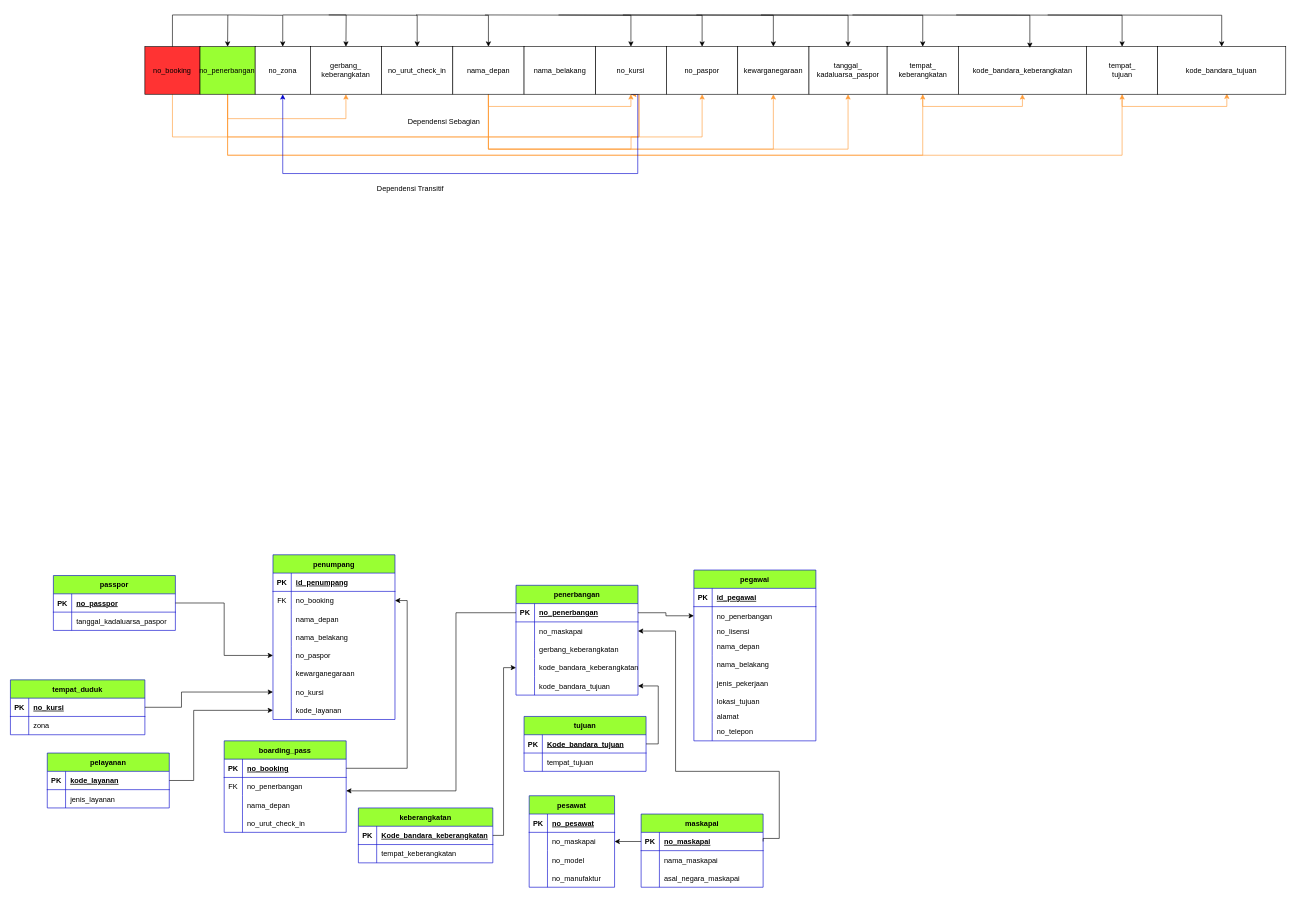
This is page "Fixed Relasi Entitas" (2 of 5) of ER Diagram/ADD.drawio from Edwin-Jaya/Data-Design-Analytics-Project, a draw.io file, before an edit. Source tidied: cells renumbered, new cells numbered last; positions are measured from the earlier drawing's top-left corner, leaving out a move shared by most shapes. Both pictures are drawn from the tidied source at 61%, with x=0, y=0 at pixel (10, 15).
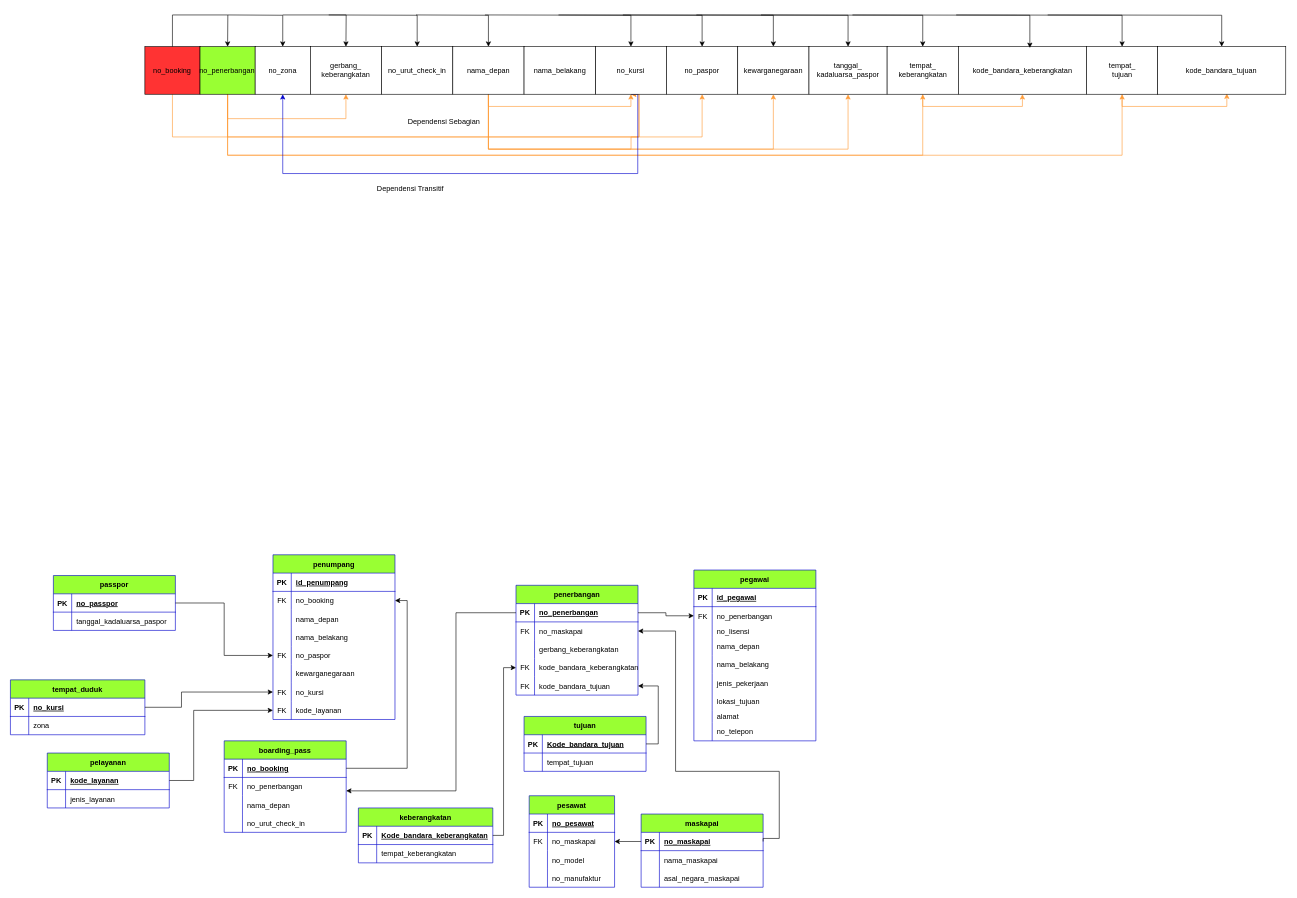
The same diagram, later.

Commit message:
Add Foreign Key

Unchanged cells that the change refers to:
```xml
<mxCell id="58" style="shape=tableRow;horizontal=0;startSize=0;swimlaneHead=0;swimlaneBody=0;fillColor=none;points=[[0,0.5],[1,0.5]];portConstraint=eastwest;top=0;left=0;right=0;bottom=0;strokeColor=#0000CC;fontSize=12;" parent="45" vertex="1">
  <mxGeometry y="150" width="200" height="30" as="geometry" />
</mxCell>
<mxCell id="64" style="shape=tableRow;horizontal=0;startSize=0;swimlaneHead=0;swimlaneBody=0;fillColor=none;points=[[0,0.5],[1,0.5]];portConstraint=eastwest;top=0;left=0;right=0;bottom=0;strokeColor=#0000CC;fontSize=12;" parent="45" vertex="1">
  <mxGeometry y="210" width="200" height="30" as="geometry" />
</mxCell>
<mxCell id="67" style="shape=tableRow;horizontal=0;startSize=0;swimlaneHead=0;swimlaneBody=0;fillColor=none;points=[[0,0.5],[1,0.5]];portConstraint=eastwest;top=0;left=0;right=0;bottom=0;strokeColor=#0000CC;fontSize=12;" parent="45" vertex="1">
  <mxGeometry y="240" width="200" height="30" as="geometry" />
</mxCell>
<mxCell id="95" style="shape=tableRow;horizontal=0;startSize=0;swimlaneHead=0;swimlaneBody=0;fillColor=none;points=[[0,0.5],[1,0.5]];portConstraint=eastwest;top=0;left=0;right=0;bottom=0;strokeColor=#0000CC;fontSize=12;" parent="91" vertex="1">
  <mxGeometry y="60" width="200" height="30" as="geometry" />
</mxCell>
<mxCell id="101" style="shape=tableRow;horizontal=0;startSize=0;swimlaneHead=0;swimlaneBody=0;fillColor=none;points=[[0,0.5],[1,0.5]];portConstraint=eastwest;top=0;left=0;right=0;bottom=0;strokeColor=#0000CC;fontSize=12;" parent="91" vertex="1">
  <mxGeometry y="120" width="200" height="30" as="geometry" />
</mxCell>
<mxCell id="104" style="shape=tableRow;horizontal=0;startSize=0;swimlaneHead=0;swimlaneBody=0;fillColor=none;points=[[0,0.5],[1,0.5]];portConstraint=eastwest;top=0;left=0;right=0;bottom=0;strokeColor=#0000CC;fontSize=12;" parent="91" vertex="1">
  <mxGeometry y="150" width="200" height="30" as="geometry" />
</mxCell>
<mxCell id="145" style="shape=tableRow;horizontal=0;startSize=0;swimlaneHead=0;swimlaneBody=0;fillColor=none;points=[[0,0.5],[1,0.5]];portConstraint=eastwest;top=0;left=0;right=0;bottom=0;strokeColor=#0000CC;fontSize=12;" parent="141" vertex="1">
  <mxGeometry y="60" width="140" height="30" as="geometry" />
</mxCell>
<mxCell id="168" style="shape=tableRow;horizontal=0;startSize=0;swimlaneHead=0;swimlaneBody=0;fillColor=none;points=[[0,0.5],[1,0.5]];portConstraint=eastwest;top=0;left=0;right=0;bottom=0;strokeColor=#0000CC;fontSize=12;" parent="164" vertex="1">
  <mxGeometry y="60" width="200" height="30" as="geometry" />
</mxCell>
```

Diff of the diagram source:
```diff
@@
-    <mxCell id="59" style="shape=partialRectangle;fillColor=none;top=0;left=0;bottom=0;right=0;overflow=hidden;strokeColor=#0000CC;fontSize=12;" parent="58" vertex="1">
+    <mxCell id="59" value="FK" style="shape=partialRectangle;fillColor=none;top=0;left=0;bottom=0;right=0;overflow=hidden;strokeColor=#0000CC;fontSize=12;" parent="58" vertex="1">
       <mxGeometry width="30" height="30" as="geometry" />
     </mxCell>
@@
-    <mxCell id="65" style="shape=partialRectangle;fillColor=none;top=0;left=0;bottom=0;right=0;overflow=hidden;strokeColor=#0000CC;fontSize=12;" parent="64" vertex="1">
+    <mxCell id="65" value="FK" style="shape=partialRectangle;fillColor=none;top=0;left=0;bottom=0;right=0;overflow=hidden;strokeColor=#0000CC;fontSize=12;" parent="64" vertex="1">
       <mxGeometry width="30" height="30" as="geometry" />
     </mxCell>
@@
-    <mxCell id="68" style="shape=partialRectangle;fillColor=none;top=0;left=0;bottom=0;right=0;overflow=hidden;strokeColor=#0000CC;fontSize=12;" parent="67" vertex="1">
+    <mxCell id="68" value="FK" style="shape=partialRectangle;fillColor=none;top=0;left=0;bottom=0;right=0;overflow=hidden;strokeColor=#0000CC;fontSize=12;" parent="67" vertex="1">
       <mxGeometry width="30" height="30" as="geometry" />
     </mxCell>
@@
-    <mxCell id="96" style="shape=partialRectangle;fillColor=none;top=0;left=0;bottom=0;right=0;overflow=hidden;strokeColor=#0000CC;fontSize=12;" parent="95" vertex="1">
+    <mxCell id="96" value="FK" style="shape=partialRectangle;fillColor=none;top=0;left=0;bottom=0;right=0;overflow=hidden;strokeColor=#0000CC;fontSize=12;" parent="95" vertex="1">
       <mxGeometry width="30.4" height="30" as="geometry" />
     </mxCell>
@@
-    <mxCell id="102" style="shape=partialRectangle;fillColor=none;top=0;left=0;bottom=0;right=0;overflow=hidden;strokeColor=#0000CC;fontSize=12;" parent="101" vertex="1">
+    <mxCell id="102" value="FK" style="shape=partialRectangle;fillColor=none;top=0;left=0;bottom=0;right=0;overflow=hidden;strokeColor=#0000CC;fontSize=12;" parent="101" vertex="1">
       <mxGeometry width="30.4" height="30" as="geometry" />
     </mxCell>
@@
-    <mxCell id="105" style="shape=partialRectangle;fillColor=none;top=0;left=0;bottom=0;right=0;overflow=hidden;strokeColor=#0000CC;fontSize=12;" parent="104" vertex="1">
+    <mxCell id="105" value="FK" style="shape=partialRectangle;fillColor=none;top=0;left=0;bottom=0;right=0;overflow=hidden;strokeColor=#0000CC;fontSize=12;" parent="104" vertex="1">
       <mxGeometry width="30.4" height="30" as="geometry" />
     </mxCell>
@@
-    <mxCell id="146" style="shape=partialRectangle;fillColor=none;top=0;left=0;bottom=0;right=0;overflow=hidden;strokeColor=#0000CC;fontSize=12;" parent="145" vertex="1">
+    <mxCell id="146" value="FK" style="shape=partialRectangle;fillColor=none;top=0;left=0;bottom=0;right=0;overflow=hidden;strokeColor=#0000CC;fontSize=12;" parent="145" vertex="1">
       <mxGeometry width="30" height="30" as="geometry" />
     </mxCell>
@@
-    <mxCell id="169" style="shape=partialRectangle;fillColor=none;top=0;left=0;bottom=0;right=0;overflow=hidden;strokeColor=#0000CC;fontSize=12;" parent="168" vertex="1">
+    <mxCell id="169" value="FK" style="shape=partialRectangle;fillColor=none;top=0;left=0;bottom=0;right=0;overflow=hidden;strokeColor=#0000CC;fontSize=12;" parent="168" vertex="1">
       <mxGeometry width="30" height="30" as="geometry" />
     </mxCell>
```
